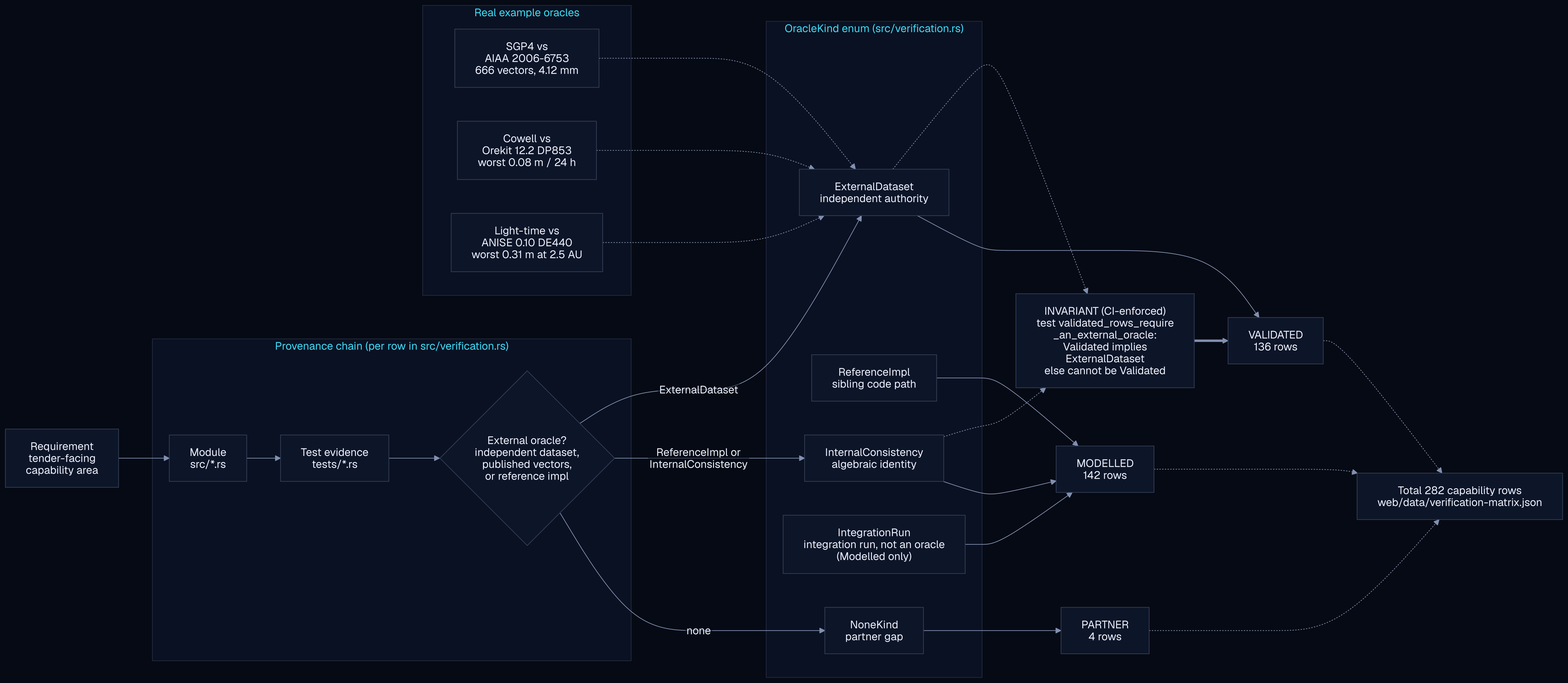
Earlier version of the Mermaid export docs/assets/diagrams/validation-provenance.png (ashfordeOU/kshana). Its source is kept beside it as docs/diagrams/validation-provenance.mmd.
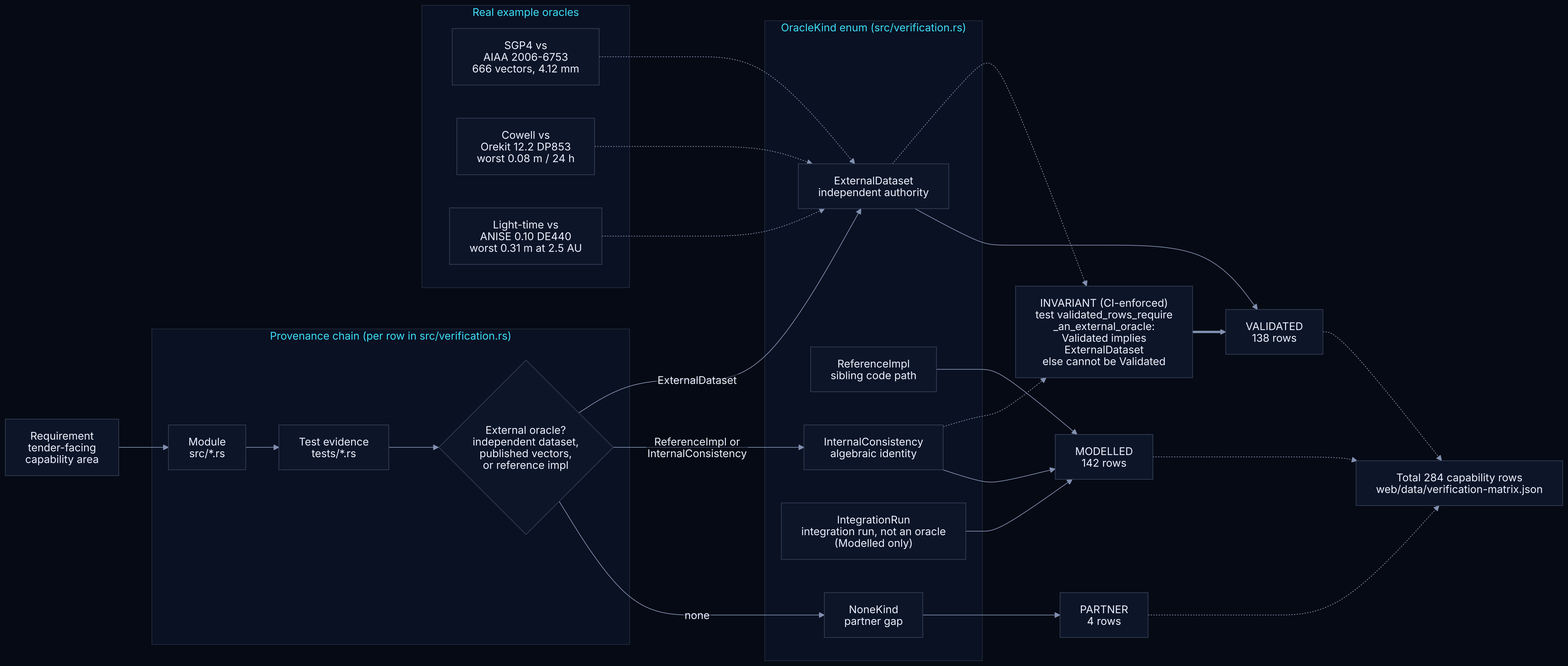
Later version of the same file.

What changed in the source:
```diff
@@ -27,7 +27,7 @@
     EXT -.-> GUARD
     INT -.-> GUARD
 
-    EXT --> VAL["VALIDATED<br/>136 rows"]
+    EXT --> VAL["VALIDATED<br/>138 rows"]
     REF --> MDL["MODELLED<br/>142 rows"]
     INT --> MDL
     IRN --> MDL
@@ -45,7 +45,7 @@
     E2 -.-> EXT
     E3 -.-> EXT
 
-    TOTAL["Total 282 capability rows<br/>web/data/verification-matrix.json"]
+    TOTAL["Total 284 capability rows<br/>web/data/verification-matrix.json"]
     VAL -.-> TOTAL
     MDL -.-> TOTAL
     PRT -.-> TOTAL
```
